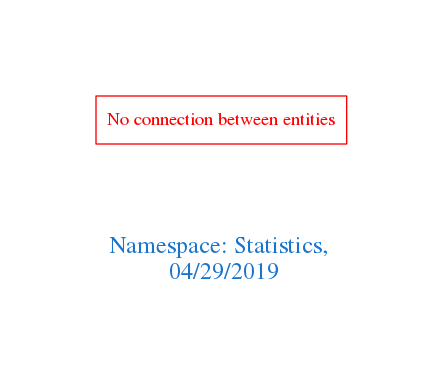
The Graphviz diagram downloads/Statistics.png in arago/OGIT, before a commit. Its source is kept beside it as downloads/Statistics.dot.
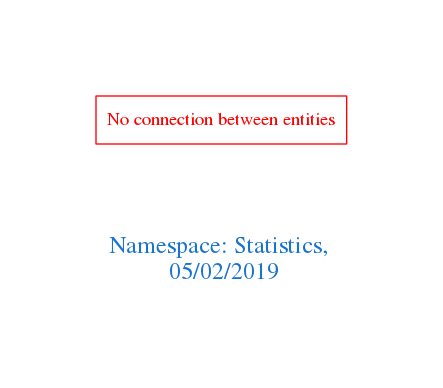
The same diagram one commit later.

The edit, as a diff of the source:
```diff
@@ -1,7 +1,7 @@
 digraph OGIT_ontology {
  graph [ rankdir= LR,pad=1
 fontsize = 18,
-fontcolor= dodgerblue3,label = "\n\n\nNamespace: Statistics, \n 04/29/2019"];
+fontcolor= dodgerblue3,label = "\n\n\nNamespace: Statistics, \n 05/02/2019"];
 node[shape=polygon];
 edge [  color="gray81"];
 
```
